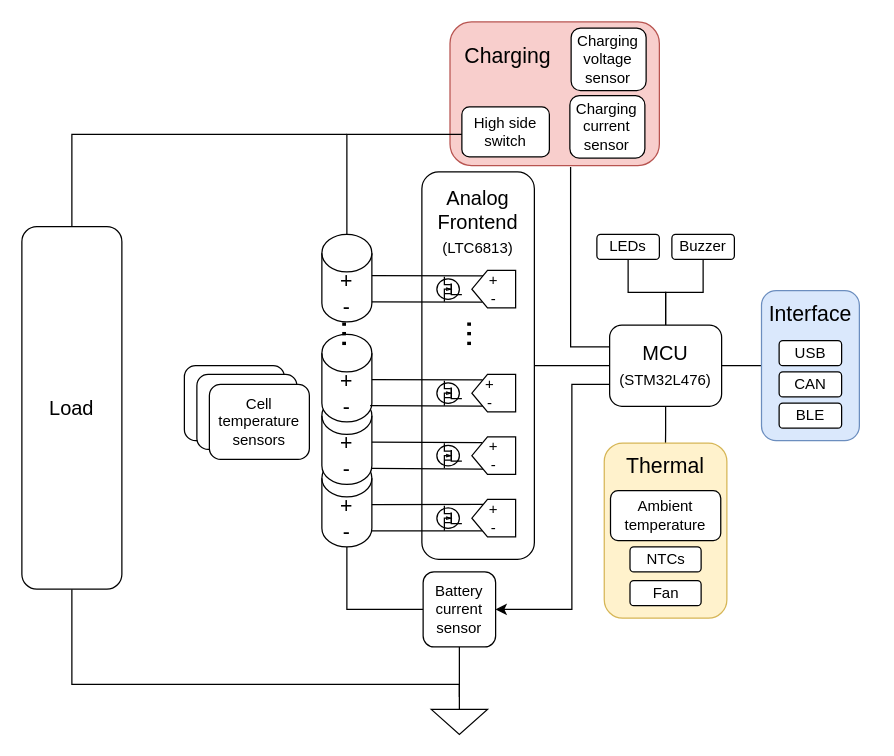
Earlier version of the draw.io diagram docs/block-diagram.drawio (G-Pereira/greenmobi-bms). Source tidied: cells renumbered, new cells numbered last; positions are measured from the earlier drawing's top-left corner, leaving out a move shared by most shapes. Both pictures are drawn from the tidied source at 125%, with x=0, y=0 at pixel (21, 21).
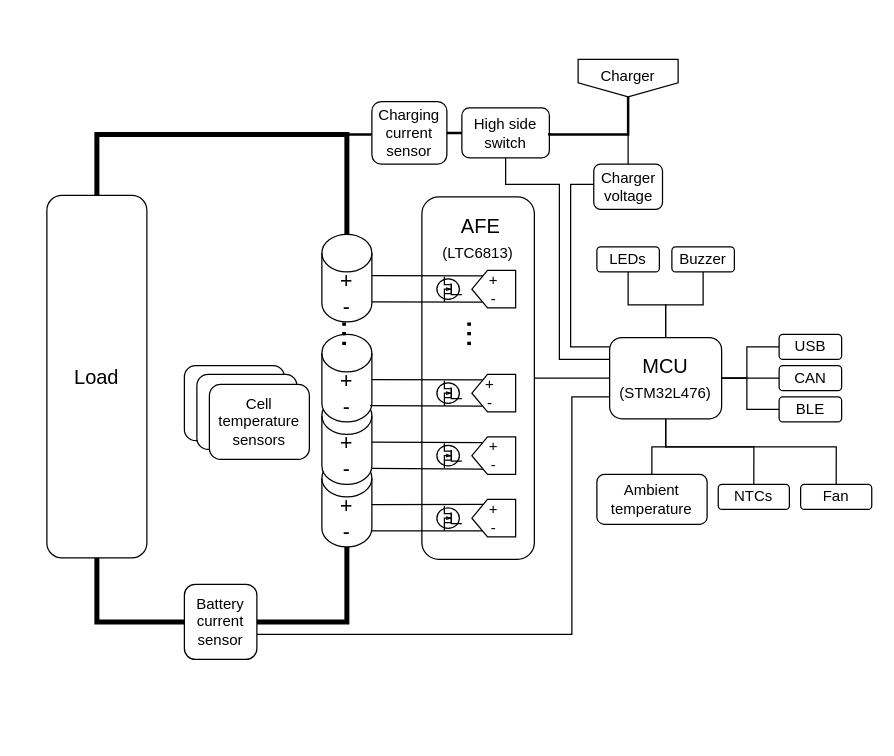
After the change.

Commit message (it also covers changes not shown here):
Cleaned up block diagram

The change refers to these unchanged cells:
```xml
<mxCell id="9" value="&lt;font style=&quot;font-size: 17px;&quot;&gt;+&lt;br style=&quot;border-color: var(--border-color);&quot;&gt;-&lt;/font&gt;" style="shape=cylinder3;whiteSpace=wrap;html=1;boundedLbl=1;backgroundOutline=1;size=15;" parent="1" vertex="1">
  <mxGeometry x="240" y="350" width="40" height="70" as="geometry" />
</mxCell>
<mxCell id="13" value="&lt;font style=&quot;font-size: 17px;&quot;&gt;+&lt;br&gt;-&lt;/font&gt;" style="shape=cylinder3;whiteSpace=wrap;html=1;boundedLbl=1;backgroundOutline=1;size=15;" parent="1" vertex="1">
  <mxGeometry x="240" y="170" width="40" height="70" as="geometry" />
</mxCell>
```

Change to the diagram source:
```diff
@@
-    <mxCell id="2" style="group;" parent="1" vertex="1">
-      <mxGeometry x="342.5" width="167.5" height="115" as="geometry" />
-    </mxCell>
-    <mxCell id="3" value="&amp;nbsp; Charging&lt;br&gt;&lt;br&gt;&lt;br&gt;&lt;br&gt;" style="rounded=1;whiteSpace=wrap;html=1;fontSize=17;align=left;fillColor=#f8cecc;strokeColor=#b85450;" parent="2" vertex="1">
-      <mxGeometry width="167.5" height="115" as="geometry" />
-    </mxCell>
-    <mxCell id="4" value="Charging current sensor" style="rounded=1;whiteSpace=wrap;html=1;" parent="2" vertex="1">
-      <mxGeometry x="95.9" y="59" width="60" height="50" as="geometry" />
-    </mxCell>
-    <mxCell id="5" value="Charging voltage sensor" style="rounded=1;whiteSpace=wrap;html=1;" parent="2" vertex="1">
-      <mxGeometry x="96.9" y="5" width="60" height="50" as="geometry" />
-    </mxCell>
-    <mxCell id="6" value="High side switch" style="rounded=1;whiteSpace=wrap;html=1;fontSize=12;" parent="2" vertex="1">
-      <mxGeometry x="9.5" y="68" width="70" height="40" as="geometry" />
-    </mxCell>
@@
-    <mxCell id="16" style="edgeStyle=orthogonalEdgeStyle;rounded=0;jettySize=auto;html=1;endArrow=none;endFill=0;" parent="1" edge="1" source="21" target="61">
-      <mxGeometry relative="1" as="geometry" />
+    <mxCell id="16" style="edgeStyle=orthogonalEdgeStyle;rounded=0;jettySize=auto;html=1;endArrow=none;endFill=0;exitX=1;exitY=0.5;exitDx=0;exitDy=0;" parent="1" edge="1" source="21" target="62">
+      <mxGeometry relative="1" as="geometry">
+        <Array as="points">
+          <mxPoint x="580" y="285" />
+          <mxPoint x="580" y="260" />
+        </Array>
+      </mxGeometry>
     </mxCell>
-    <mxCell id="17" style="edgeStyle=orthogonalEdgeStyle;rounded=0;jettySize=auto;html=1;endArrow=none;endFill=0;" parent="1" edge="1" source="21" target="57">
-      <mxGeometry relative="1" as="geometry" />
+    <mxCell id="17" style="edgeStyle=orthogonalEdgeStyle;rounded=0;jettySize=auto;html=1;endArrow=none;endFill=0;" parent="1" edge="1" source="21" target="59">
+      <mxGeometry relative="1" as="geometry">
+        <Array as="points">
+          <mxPoint x="515" y="340" />
+          <mxPoint x="504" y="340" />
+        </Array>
+      </mxGeometry>
     </mxCell>
@@
-    <mxCell id="19" style="edgeStyle=orthogonalEdgeStyle;rounded=0;jettySize=auto;html=1;entryX=0.576;entryY=1.009;entryDx=0;entryDy=0;entryPerimeter=0;endArrow=none;endFill=0;" parent="1" edge="1" source="21" target="3">
+    <mxCell id="19" style="edgeStyle=orthogonalEdgeStyle;rounded=0;jettySize=auto;html=1;endArrow=none;endFill=0;" parent="1" edge="1" source="21" target="5">
       <mxGeometry relative="1" as="geometry">
         <Array as="points">
           <mxPoint x="439" y="260" />
+          <mxPoint x="439" y="130" />
         </Array>
       </mxGeometry>
     </mxCell>
-    <mxCell id="20" style="edgeStyle=orthogonalEdgeStyle;rounded=0;jettySize=auto;html=1;" parent="1" edge="1" source="21" target="46">
+    <mxCell id="20" style="edgeStyle=orthogonalEdgeStyle;rounded=0;jettySize=auto;html=1;endArrow=none;endFill=0;" parent="1" edge="1" source="21" target="46">
       <mxGeometry relative="1" as="geometry">
         <Array as="points">
-          <mxPoint x="440" y="290" />
-          <mxPoint x="440" y="470" />
+          <mxPoint x="440" y="300" />
+          <mxPoint x="440" y="490" />
         </Array>
       </mxGeometry>
     </mxCell>
+    <mxCell id="65" style="edgeStyle=orthogonalEdgeStyle;rounded=0;jettySize=auto;html=1;endArrow=none;endFill=0;exitX=1;exitY=0.5;exitDx=0;exitDy=0;" parent="1" edge="1" source="21" target="63">
+      <mxGeometry relative="1" as="geometry">
+        <Array as="points">
+          <mxPoint x="570" y="285" />
+          <mxPoint x="570" y="285" />
+        </Array>
+      </mxGeometry>
+    </mxCell>
+    <mxCell id="66" style="edgeStyle=orthogonalEdgeStyle;rounded=0;jettySize=auto;html=1;endArrow=none;endFill=0;exitX=1;exitY=0.5;exitDx=0;exitDy=0;" parent="1" edge="1" source="21" target="64">
+      <mxGeometry relative="1" as="geometry">
+        <Array as="points">
+          <mxPoint x="580" y="285" />
+          <mxPoint x="580" y="310" />
+        </Array>
+      </mxGeometry>
+    </mxCell>
+    <mxCell id="67" style="edgeStyle=orthogonalEdgeStyle;rounded=0;jettySize=auto;html=1;endArrow=none;endFill=0;exitX=0.5;exitY=1;exitDx=0;exitDy=0;entryX=0.5;entryY=0;entryDx=0;entryDy=0;" parent="1" edge="1" source="21" target="58">
+      <mxGeometry relative="1" as="geometry">
+        <Array as="points">
+          <mxPoint x="515" y="340" />
+          <mxPoint x="586" y="340" />
+        </Array>
+      </mxGeometry>
+    </mxCell>
+    <mxCell id="68" style="edgeStyle=orthogonalEdgeStyle;rounded=0;jettySize=auto;html=1;endArrow=none;endFill=0;exitX=0.5;exitY=1;exitDx=0;exitDy=0;entryX=0.5;entryY=0;entryDx=0;entryDy=0;" parent="1" edge="1" source="21" target="60">
+      <mxGeometry relative="1" as="geometry">
+        <Array as="points">
+          <mxPoint x="515" y="340" />
+          <mxPoint x="651" y="340" />
+        </Array>
+      </mxGeometry>
+    </mxCell>
     <mxCell id="21" value="MCU&lt;br&gt;&lt;font style=&quot;font-size: 12px;&quot;&gt;(STM32L476)&lt;/font&gt;" style="rounded=1;whiteSpace=wrap;html=1;fontSize=16;" parent="1" vertex="1">
-      <mxGeometry x="470.2" y="242.5" width="89.6" height="65" as="geometry" />
+      <mxGeometry x="470.2" y="252.5" width="89.6" height="65" as="geometry" />
     </mxCell>
     <mxCell id="22" style="rounded=1;whiteSpace=wrap;html=1;fontSize=16;" parent="1" vertex="1">
-      <mxGeometry x="320" y="120" width="90" height="310" as="geometry" />
+      <mxGeometry x="320" y="140" width="90" height="290" as="geometry" />
     </mxCell>
@@
-    <mxCell id="27" value="Analog Frontend&lt;br&gt;&lt;font style=&quot;font-size: 12px;&quot;&gt;(LTC6813)&lt;/font&gt;" style="text;html=1;strokeColor=none;fillColor=none;align=center;verticalAlign=middle;whiteSpace=wrap;rounded=0;fontSize=16;" parent="1" vertex="1">
-      <mxGeometry x="330" y="130" width="70" height="60" as="geometry" />
+    <mxCell id="27" value="&amp;nbsp;AFE&lt;br&gt;&lt;font style=&quot;font-size: 12px;&quot;&gt;(LTC6813)&lt;/font&gt;" style="text;html=1;strokeColor=none;fillColor=none;align=center;verticalAlign=middle;whiteSpace=wrap;rounded=0;fontSize=16;" parent="1" vertex="1">
+      <mxGeometry x="330" y="147.5" width="70" height="51.2" as="geometry" />
     </mxCell>
@@
-    <mxCell id="45" style="edgeStyle=orthogonalEdgeStyle;rounded=0;jettySize=auto;html=1;entryX=0.5;entryY=1;entryDx=0;entryDy=0;entryPerimeter=0;fontSize=12;endArrow=none;endFill=0;" parent="1" edge="1" source="46" target="9">
+    <mxCell id="45" style="edgeStyle=orthogonalEdgeStyle;rounded=0;jettySize=auto;html=1;entryX=0.5;entryY=1;entryDx=0;entryDy=0;entryPerimeter=0;fontSize=12;endArrow=none;endFill=0;strokeWidth=4;" parent="1" edge="1" source="46" target="9">
       <mxGeometry relative="1" as="geometry">
         <Array as="points">
-          <mxPoint x="260" y="470" />
+          <mxPoint x="260" y="480" />
         </Array>
       </mxGeometry>
     </mxCell>
+    <mxCell id="69" style="edgeStyle=orthogonalEdgeStyle;rounded=0;jettySize=auto;html=1;entryX=0.5;entryY=1;entryDx=0;entryDy=0;endArrow=none;endFill=0;strokeWidth=4;" parent="1" edge="1" source="46" target="52">
+      <mxGeometry relative="1" as="geometry" />
+    </mxCell>
     <mxCell id="46" value="Battery&lt;br&gt;current&lt;br&gt;sensor" style="rounded=1;whiteSpace=wrap;html=1;fontSize=12;fillColor=#ffffff;" parent="1" vertex="1">
-      <mxGeometry x="321" y="440" width="58" height="60" as="geometry" />
+      <mxGeometry x="130" y="450" width="58" height="60" as="geometry" />
     </mxCell>
-    <mxCell id="47" style="edgeStyle=orthogonalEdgeStyle;rounded=0;jettySize=auto;html=1;exitX=0.5;exitY=0;exitDx=0;exitDy=0;exitPerimeter=0;entryX=0.5;entryY=1;entryDx=0;entryDy=0;fontSize=12;endArrow=none;endFill=0;" parent="1" edge="1" source="48" target="46">
-      <mxGeometry relative="1" as="geometry" />
-    </mxCell>
-    <mxCell id="48" style="verticalLabelPosition=bottom;shadow=0;dashed=0;align=center;html=1;verticalAlign=top;shape=mxgraph.electrical.signal_sources.signal_ground;fontSize=12;fillColor=#ffffff;" parent="1" vertex="1">
-      <mxGeometry x="327.5" y="540" width="45" height="30" as="geometry" />
-    </mxCell>
@@
-    <mxCell id="50" style="edgeStyle=orthogonalEdgeStyle;rounded=0;jettySize=auto;html=1;exitX=0.5;exitY=0;exitDx=0;exitDy=0;fontSize=16;endArrow=none;endFill=0;" parent="1" edge="1" source="52">
+    <mxCell id="50" style="edgeStyle=orthogonalEdgeStyle;rounded=0;jettySize=auto;html=1;exitX=0.5;exitY=0;exitDx=0;exitDy=0;fontSize=16;endArrow=none;endFill=0;strokeWidth=4;entryX=0.5;entryY=0;entryDx=0;entryDy=0;entryPerimeter=0;" parent="1" edge="1" source="52" target="13">
       <mxGeometry relative="1" as="geometry">
-        <mxPoint x="260" y="90" as="targetPoint" />
         <Array as="points">
-          <mxPoint x="40" y="90" />
+          <mxPoint x="60" y="90" />
+          <mxPoint x="260" y="90" />
         </Array>
       </mxGeometry>
     </mxCell>
-    <mxCell id="51" style="edgeStyle=orthogonalEdgeStyle;rounded=0;jettySize=auto;html=1;fontSize=16;endArrow=none;endFill=0;entryX=0.5;entryY=0;entryDx=0;entryDy=0;entryPerimeter=0;" parent="1" edge="1" source="52" target="48">
-      <mxGeometry relative="1" as="geometry">
-        <Array as="points">
-          <mxPoint x="40" y="530" />
-          <mxPoint x="350" y="530" />
-        </Array>
-      </mxGeometry>
-    </mxCell>
     <mxCell id="52" value="Load" style="rounded=1;whiteSpace=wrap;html=1;fontSize=16;" parent="1" vertex="1">
-      <mxGeometry y="163.8" width="80" height="290" as="geometry" />
+      <mxGeometry x="20" y="138.8" width="80" height="290" as="geometry" />
     </mxCell>
     <mxCell id="53" value="Buzzer" style="rounded=1;whiteSpace=wrap;html=1;fontSize=12;" parent="1" vertex="1">
-      <mxGeometry x="520" y="170" width="50" height="20" as="geometry" />
+      <mxGeometry x="520" y="180" width="50" height="20" as="geometry" />
     </mxCell>
     <mxCell id="54" value="LEDs" style="rounded=1;whiteSpace=wrap;html=1;fontSize=12;" parent="1" vertex="1">
-      <mxGeometry x="460" y="170" width="50" height="20" as="geometry" />
+      <mxGeometry x="460" y="180" width="50" height="20" as="geometry" />
     </mxCell>
-    <mxCell id="55" style="edgeStyle=orthogonalEdgeStyle;rounded=0;jettySize=auto;html=1;fontSize=12;endArrow=none;endFill=0;" parent="1" edge="1" source="13" target="6">
-      <mxGeometry relative="1" as="geometry">
-        <Array as="points">
-          <mxPoint x="260" y="90" />
-        </Array>
-      </mxGeometry>
-    </mxCell>
-    <mxCell id="56" style="group;" parent="1" vertex="1">
-      <mxGeometry x="465.9" y="337" width="98.1" height="140" as="geometry" />
-    </mxCell>
-    <mxCell id="57" value="&lt;div style=&quot;&quot;&gt;&lt;span style=&quot;background-color: initial;&quot;&gt;Thermal&lt;/span&gt;&lt;/div&gt;&lt;br&gt;&lt;br&gt;&lt;br&gt;&lt;br&gt;&lt;br&gt;" style="rounded=1;whiteSpace=wrap;html=1;fontSize=17;align=center;fillColor=#fff2cc;strokeColor=#d6b656;" parent="56" vertex="1">
-      <mxGeometry width="98.1" height="140" as="geometry" />
-    </mxCell>
+    <mxCell id="62" value="USB" style="rounded=1;whiteSpace=wrap;html=1;" parent="1" vertex="1">
+      <mxGeometry x="605.8" y="250" width="50" height="20" as="geometry" />
+    </mxCell>
+    <mxCell id="63" value="CAN" style="rounded=1;whiteSpace=wrap;html=1;" parent="1" vertex="1">
+      <mxGeometry x="605.8" y="275" width="50" height="20" as="geometry" />
+    </mxCell>
+    <mxCell id="64" value="BLE" style="rounded=1;whiteSpace=wrap;html=1;fontSize=12;" parent="1" vertex="1">
+      <mxGeometry x="605.8" y="300" width="50" height="20" as="geometry" />
+    </mxCell>
+    <mxCell id="5" value="Charger voltage" style="rounded=1;whiteSpace=wrap;html=1;" parent="1" vertex="1">
+      <mxGeometry x="457.5" y="113.8" width="55" height="36.2" as="geometry" />
+    </mxCell>
+    <mxCell id="70" style="edgeStyle=orthogonalEdgeStyle;rounded=0;jettySize=auto;html=1;endArrow=none;endFill=0;" parent="1" edge="1" source="6" target="21">
+      <mxGeometry relative="1" as="geometry">
+        <Array as="points">
+          <mxPoint x="387" y="130" />
+          <mxPoint x="430" y="130" />
+          <mxPoint x="430" y="270" />
+        </Array>
+      </mxGeometry>
+    </mxCell>
+    <mxCell id="71" style="edgeStyle=orthogonalEdgeStyle;rounded=0;jettySize=auto;html=1;endArrow=none;endFill=0;strokeWidth=2;" parent="1" edge="1" source="6" target="4">
+      <mxGeometry relative="1" as="geometry" />
+    </mxCell>
+    <mxCell id="6" value="High side switch" style="rounded=1;whiteSpace=wrap;html=1;fontSize=12;" parent="1" vertex="1">
+      <mxGeometry x="352" y="68.8" width="70" height="40" as="geometry" />
+    </mxCell>
+    <mxCell id="72" style="edgeStyle=orthogonalEdgeStyle;rounded=0;jettySize=auto;html=1;fontSize=12;endArrow=none;endFill=0;strokeWidth=2;" parent="1" edge="1" source="13" target="4">
+      <mxGeometry relative="1" as="geometry">
+        <Array as="points">
+          <mxPoint x="260" y="90" />
+        </Array>
+      </mxGeometry>
+    </mxCell>
+    <mxCell id="4" value="Charging current sensor" style="rounded=1;whiteSpace=wrap;html=1;" parent="1" vertex="1">
+      <mxGeometry x="280" y="63.8" width="60" height="50" as="geometry" />
+    </mxCell>
-    <mxCell id="58" value="NTCs" style="rounded=1;whiteSpace=wrap;html=1;fontSize=12;fillColor=#ffffff;" parent="56" vertex="1">
-      <mxGeometry x="20.6" y="83" width="56.9" height="20" as="geometry" />
+    <mxCell id="58" value="NTCs" style="rounded=1;whiteSpace=wrap;html=1;fontSize=12;fillColor=#ffffff;" parent="1" vertex="1">
+      <mxGeometry x="557.1" y="370" width="56.9" height="20" as="geometry" />
     </mxCell>
-    <mxCell id="59" value="Ambient temperature" style="rounded=1;whiteSpace=wrap;html=1;fontSize=12;fillColor=#ffffff;" parent="56" vertex="1">
-      <mxGeometry x="5" y="38" width="88.2" height="40" as="geometry" />
+    <mxCell id="59" value="Ambient temperature" style="rounded=1;whiteSpace=wrap;html=1;fontSize=12;fillColor=#ffffff;" parent="1" vertex="1">
+      <mxGeometry x="460" y="362" width="88.2" height="40" as="geometry" />
     </mxCell>
-    <mxCell id="60" value="Fan" style="rounded=1;whiteSpace=wrap;html=1;fontSize=12;fillColor=#ffffff;" parent="56" vertex="1">
-      <mxGeometry x="20.6" y="110" width="56.9" height="20" as="geometry" />
+    <mxCell id="60" value="Fan" style="rounded=1;whiteSpace=wrap;html=1;fontSize=12;fillColor=#ffffff;" parent="1" vertex="1">
+      <mxGeometry x="623" y="370" width="56.9" height="20" as="geometry" />
     </mxCell>
-    <mxCell id="61" value="Interface&lt;br&gt;&lt;br&gt;&lt;br&gt;&lt;br&gt;&lt;br&gt;" style="rounded=1;whiteSpace=wrap;html=1;fontSize=17;align=center;fillColor=#dae8fc;strokeColor=#6c8ebf;" parent="1" vertex="1">
-      <mxGeometry x="591.7" y="215" width="78.3" height="120" as="geometry" />
-    </mxCell>
-    <mxCell id="62" value="USB" style="rounded=1;whiteSpace=wrap;html=1;" parent="1" vertex="1">
-      <mxGeometry x="605.8" y="255" width="50" height="20" as="geometry" />
-    </mxCell>
-    <mxCell id="63" value="CAN" style="rounded=1;whiteSpace=wrap;html=1;" parent="1" vertex="1">
-      <mxGeometry x="605.8" y="280" width="50" height="20" as="geometry" />
-    </mxCell>
-    <mxCell id="64" value="BLE" style="rounded=1;whiteSpace=wrap;html=1;fontSize=12;" parent="1" vertex="1">
-      <mxGeometry x="605.8" y="305" width="50" height="20" as="geometry" />
-    </mxCell>
+    <mxCell id="73" style="edgeStyle=orthogonalEdgeStyle;rounded=0;jettySize=auto;html=1;endArrow=none;endFill=0;" parent="1" edge="1" source="75" target="5">
+      <mxGeometry relative="1" as="geometry" />
+    </mxCell>
+    <mxCell id="74" style="edgeStyle=orthogonalEdgeStyle;rounded=0;jettySize=auto;html=1;entryX=1;entryY=0.5;entryDx=0;entryDy=0;endArrow=none;endFill=0;strokeWidth=2;" parent="1" edge="1" source="75" target="6">
+      <mxGeometry relative="1" as="geometry">
+        <Array as="points">
+          <mxPoint x="485" y="90" />
+          <mxPoint x="422" y="90" />
+        </Array>
+      </mxGeometry>
+    </mxCell>
+    <mxCell id="75" value="Charger" style="shape=offPageConnector;whiteSpace=wrap;html=1;verticalAlign=top;" parent="1" vertex="1">
+      <mxGeometry x="445" y="30" width="80" height="30" as="geometry" />
+    </mxCell>
```
